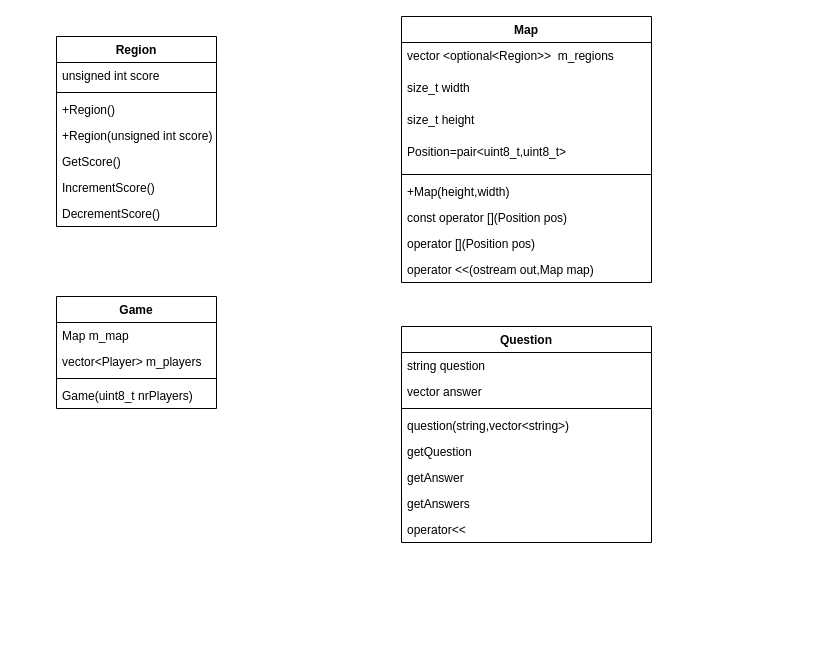
NSS-14/ProjectModernCpp keeps this draw.io diagram as project/2_useful_informations/ProiectTriviador.drawio. Above is the earlier version. Source tidied: cells renumbered, new cells numbered last; positions are measured from the earlier drawing's top-left corner, leaving out a move shared by most shapes. Both pictures are drawn from the tidied source at 100%, with x=0, y=0 at pixel (56, 16).
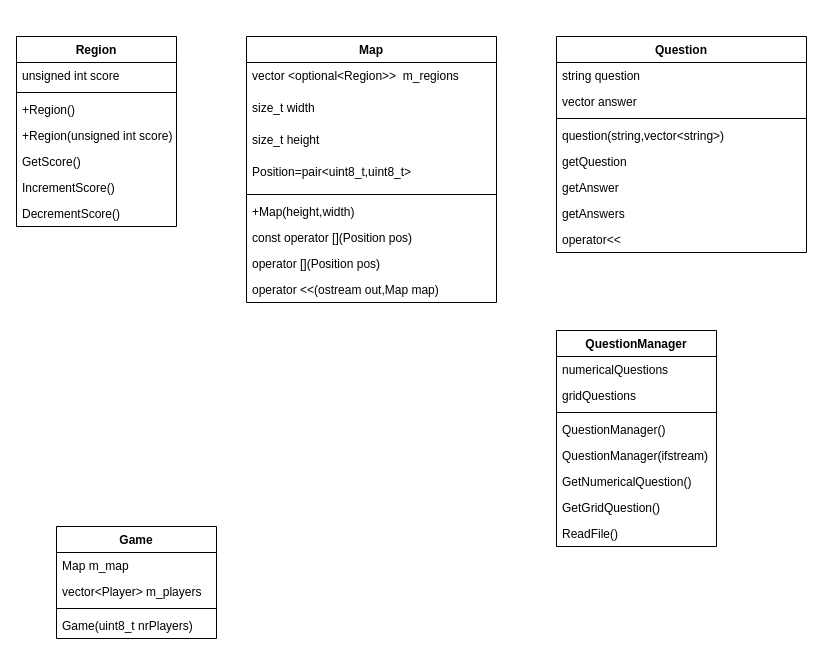
After the change.

Commit message (it also covers changes not shown here):
Cateva modificari asupra calsei question si modificarea diagramei UML.

The edit, as a diff of the source:
```diff
@@
     <mxCell id="2" value="Region" style="swimlane;fontStyle=1;align=center;verticalAlign=top;horizontal=1;startSize=26;" parent="1" vertex="1">
-      <mxGeometry y="20" width="160" height="190" as="geometry" />
+      <mxGeometry x="-40" y="20" width="160" height="190" as="geometry" />
     </mxCell>
@@
     <mxCell id="10" value="Map" style="swimlane;fontStyle=1;align=center;verticalAlign=top;horizontal=1;startSize=26;" parent="1" vertex="1">
-      <mxGeometry x="345" width="250" height="266" as="geometry" />
+      <mxGeometry x="190" y="20" width="250" height="266" as="geometry" />
     </mxCell>
@@
     <mxCell id="20" value="Game" style="swimlane;fontStyle=1;align=center;verticalAlign=top;horizontal=1;startSize=26;" parent="1" vertex="1">
-      <mxGeometry y="280" width="160" height="112" as="geometry" />
+      <mxGeometry y="510" width="160" height="112" as="geometry" />
     </mxCell>
@@
     <mxCell id="25" value="Question" style="swimlane;fontStyle=1;align=center;verticalAlign=top;horizontal=1;startSize=26;" parent="1" vertex="1">
-      <mxGeometry x="345" y="310" width="250" height="216" as="geometry" />
+      <mxGeometry x="500" y="20" width="250" height="216" as="geometry" />
     </mxCell>
@@
+    <mxCell id="34" value="QuestionManager" style="swimlane;fontStyle=1;align=center;verticalAlign=top;horizontal=1;startSize=26;" parent="1" vertex="1">
+      <mxGeometry x="500" y="314" width="160" height="216" as="geometry" />
+    </mxCell>
+    <mxCell id="35" value="numericalQuestions" style="text;strokeColor=none;fillColor=none;align=left;verticalAlign=top;spacingLeft=4;spacingRight=4;overflow=hidden;" parent="34" vertex="1">
+      <mxGeometry y="26" width="160" height="26" as="geometry" />
+    </mxCell>
+    <mxCell id="36" value="gridQuestions" style="text;strokeColor=none;fillColor=none;align=left;verticalAlign=top;spacingLeft=4;spacingRight=4;overflow=hidden;" parent="34" vertex="1">
+      <mxGeometry y="52" width="160" height="26" as="geometry" />
+    </mxCell>
+    <mxCell id="37" style="line;strokeWidth=1;fillColor=none;align=left;verticalAlign=middle;spacingTop=-1;spacingLeft=3;spacingRight=3;labelPosition=right;strokeColor=inherit;" parent="34" vertex="1">
+      <mxGeometry y="78" width="160" height="8" as="geometry" />
+    </mxCell>
+    <mxCell id="38" value="QuestionManager()" style="text;strokeColor=none;fillColor=none;align=left;verticalAlign=top;spacingLeft=4;spacingRight=4;overflow=hidden;" parent="34" vertex="1">
+      <mxGeometry y="86" width="160" height="26" as="geometry" />
+    </mxCell>
+    <mxCell id="39" value="QuestionManager(ifstream)" style="text;strokeColor=none;fillColor=none;align=left;verticalAlign=top;spacingLeft=4;spacingRight=4;overflow=hidden;" parent="34" vertex="1">
+      <mxGeometry y="112" width="160" height="26" as="geometry" />
+    </mxCell>
+    <mxCell id="40" value="GetNumericalQuestion()" style="text;strokeColor=none;fillColor=none;align=left;verticalAlign=top;spacingLeft=4;spacingRight=4;overflow=hidden;" parent="34" vertex="1">
+      <mxGeometry y="138" width="160" height="26" as="geometry" />
+    </mxCell>
+    <mxCell id="41" value="GetGridQuestion()" style="text;strokeColor=none;fillColor=none;align=left;verticalAlign=top;spacingLeft=4;spacingRight=4;overflow=hidden;" parent="34" vertex="1">
+      <mxGeometry y="164" width="160" height="26" as="geometry" />
+    </mxCell>
+    <mxCell id="42" value="ReadFile()" style="text;strokeColor=none;fillColor=none;align=left;verticalAlign=top;spacingLeft=4;spacingRight=4;overflow=hidden;" parent="34" vertex="1">
+      <mxGeometry y="190" width="160" height="26" as="geometry" />
+    </mxCell>
```
